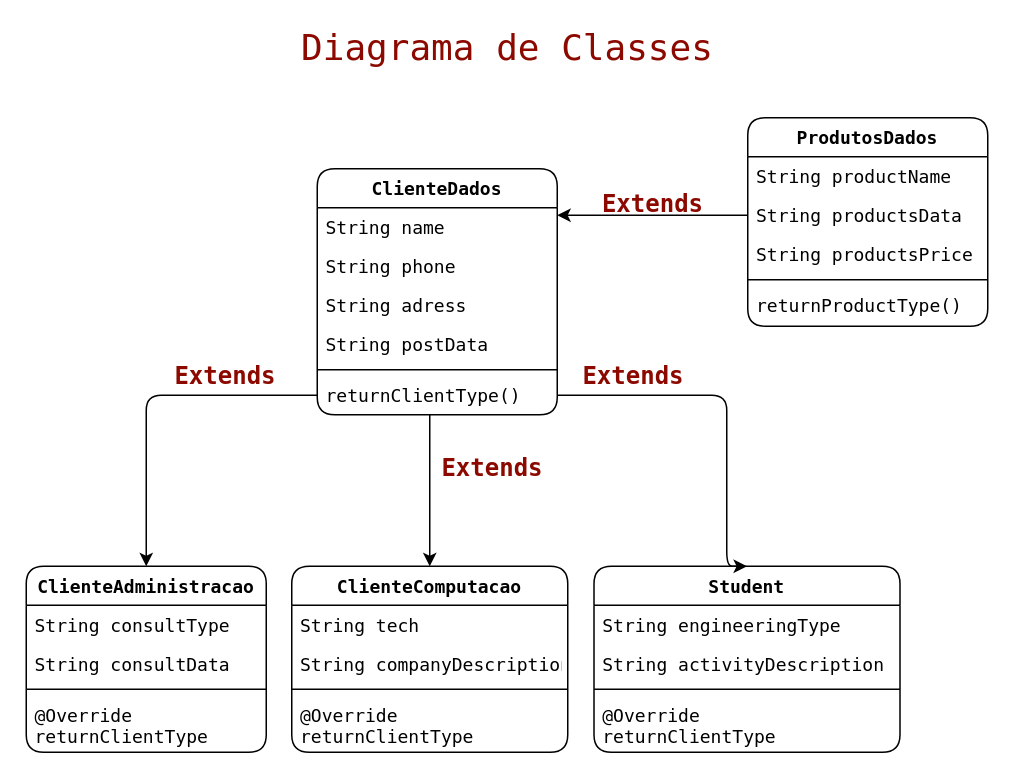
Before: assets/template/diagramaDeClasses.drawio in deverebor/sistemaCadastroDeProdutos, a draw.io diagram. Source tidied: cells renumbered, new cells numbered last; positions are measured from the earlier drawing's top-left corner, leaving out a move shared by most shapes. Both pictures are drawn from the tidied source at 150%, with x=0, y=0 at pixel (26, 26).
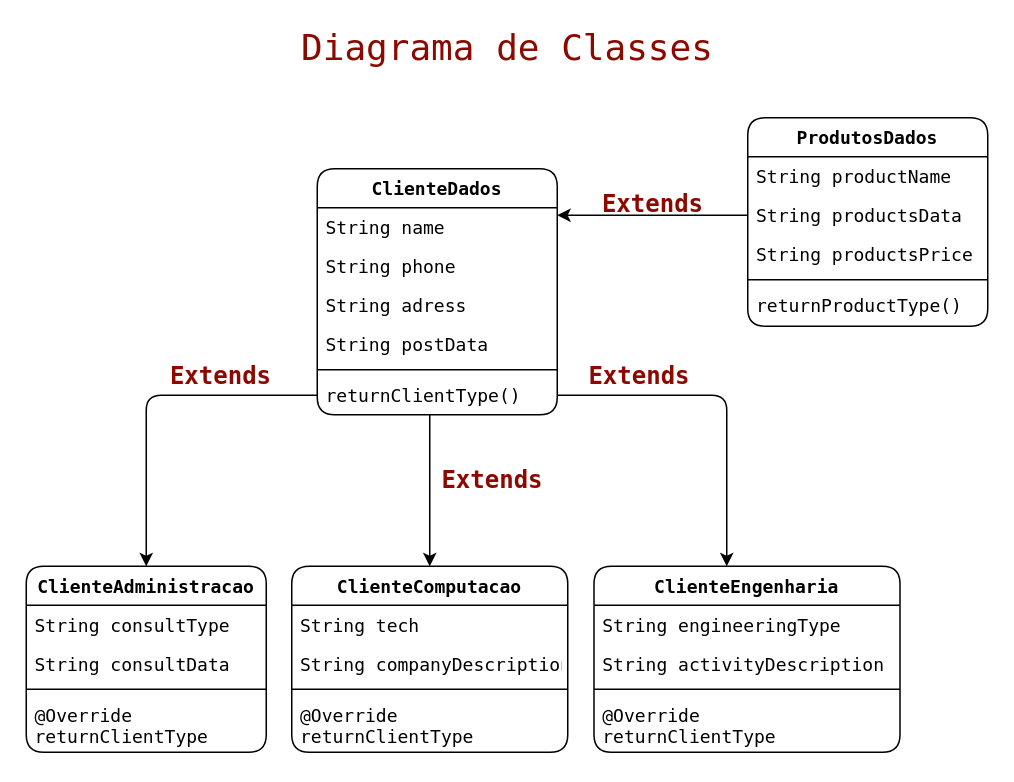
After the change.

Commit message (it also covers changes not shown here):
docs: change img paths

The change refers to these unchanged cells:
```xml
<mxCell id="8" value="returnClientType()" style="text;align=left;verticalAlign=top;spacingLeft=4;spacingRight=4;overflow=hidden;points=[[0,0.5],[1,0.5]];portConstraint=eastwest;fontFamily=Lucida Console;rounded=1;" parent="2" vertex="1">
  <mxGeometry y="138" width="160" height="26" as="geometry" />
</mxCell>
```

Diff of the diagram source:
```diff
@@
-    <mxCell id="27" value="Student" style="swimlane;fontStyle=1;align=center;verticalAlign=top;horizontal=1;startSize=26;shadow=0;strokeWidth=1;fontFamily=Lucida Console;rounded=1;" parent="1" vertex="1">
+    <mxCell id="27" value="ClienteEngenharia" style="swimlane;fontStyle=1;align=center;verticalAlign=top;horizontal=1;startSize=26;shadow=0;strokeWidth=1;fontFamily=Lucida Console;rounded=1;" parent="1" vertex="1">
       <mxGeometry x="378.5" y="360" width="204" height="124" as="geometry" />
     </mxCell>
@@
-    <mxCell id="33" style="edgeStyle=orthogonalEdgeStyle;jettySize=auto;html=1;entryX=0.5;entryY=0;entryDx=0;entryDy=0;fontFamily=Lucida Console;" parent="1" edge="1" source="8" target="27">
+    <mxCell id="33" style="edgeStyle=orthogonalEdgeStyle;jettySize=auto;html=1;fontFamily=Lucida Console;" parent="1" edge="1" source="8">
       <mxGeometry relative="1" as="geometry">
+        <mxPoint x="467" y="360" as="targetPoint" />
         <Array as="points">
           <mxPoint x="467" y="246" />
           <mxPoint x="467" y="360" />
         </Array>
       </mxGeometry>
     </mxCell>
     <mxCell id="34" value="&lt;font style=&quot;font-size: 16px&quot;&gt;Extends&lt;/font&gt;" style="text;html=1;strokeColor=none;fillColor=none;align=center;verticalAlign=middle;whiteSpace=wrap;fontFamily=Lucida Console;fontStyle=1;fontColor=#8C0900;rounded=1;" parent="1" vertex="1">
-      <mxGeometry x="103" y="218" width="60" height="30" as="geometry" />
+      <mxGeometry x="100" y="218" width="60" height="30" as="geometry" />
     </mxCell>
     <mxCell id="35" value="&lt;font style=&quot;font-size: 16px&quot;&gt;Extends&lt;/font&gt;" style="text;html=1;strokeColor=none;fillColor=none;align=center;verticalAlign=middle;whiteSpace=wrap;fontFamily=Lucida Console;fontStyle=1;fontColor=#8C0900;rounded=1;" parent="1" vertex="1">
-      <mxGeometry x="375" y="218" width="60" height="30" as="geometry" />
+      <mxGeometry x="378.5" y="218" width="60" height="30" as="geometry" />
     </mxCell>
     <mxCell id="36" value="&lt;font style=&quot;font-size: 16px&quot;&gt;Extends&lt;/font&gt;" style="text;html=1;strokeColor=none;fillColor=none;align=center;verticalAlign=middle;whiteSpace=wrap;fontFamily=Lucida Console;fontStyle=1;fontColor=#8C0900;rounded=1;" parent="1" vertex="1">
-      <mxGeometry x="281" y="279" width="60" height="30" as="geometry" />
+      <mxGeometry x="281" y="287" width="60" height="30" as="geometry" />
     </mxCell>
```
